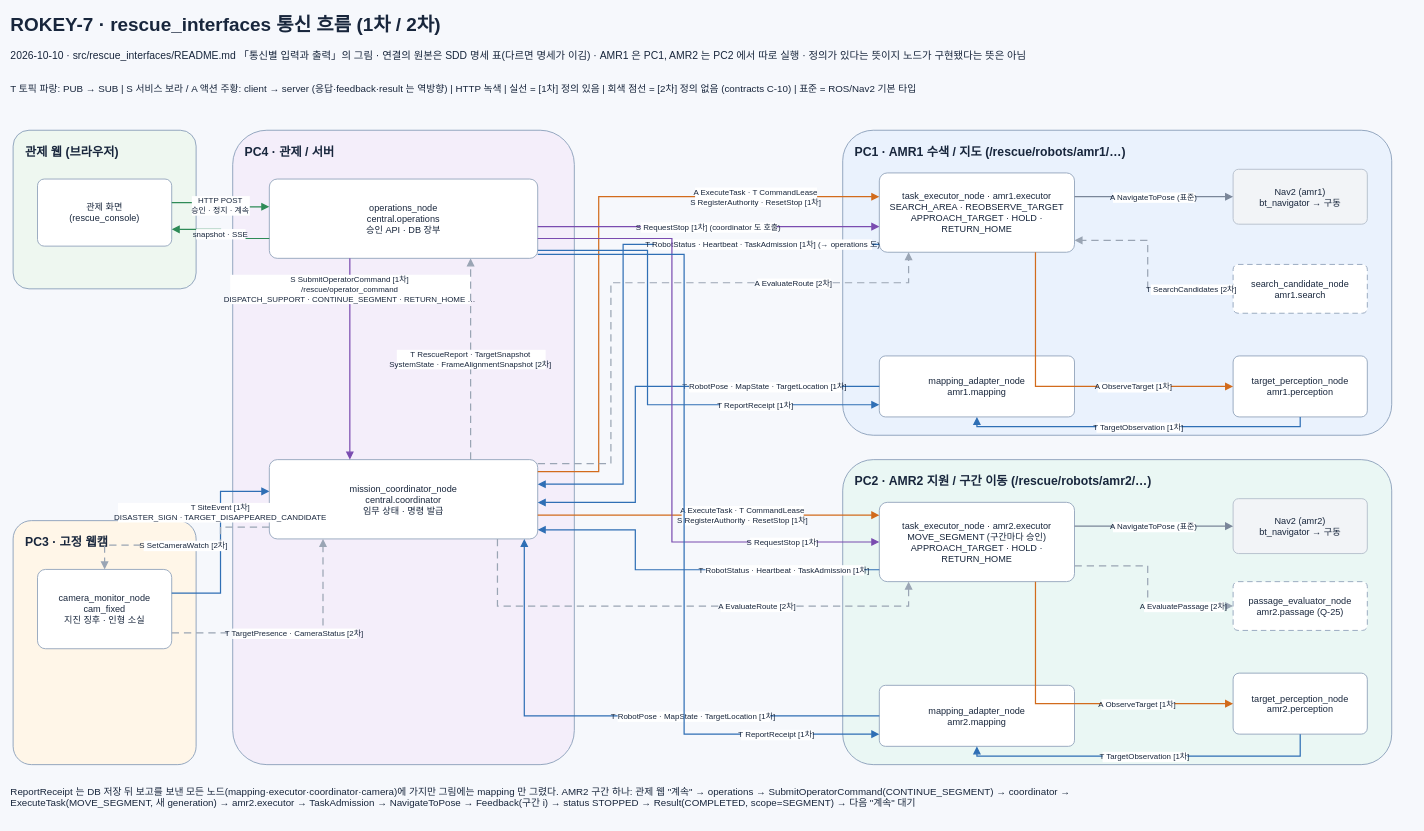
The draw.io diagram page "10 rescue_interfaces 통신 흐름" (10 of 11) of docs/design/rokey7-sdd.drawio in mi1nn/ROKEY-7-public, before the edit. Source tidied: cells renumbered, new cells numbered last; positions are measured from the earlier drawing's top-left corner, leaving out a move shared by most shapes. Both pictures are drawn from the tidied source at 61%, with x=0, y=0 at pixel (10, 10).
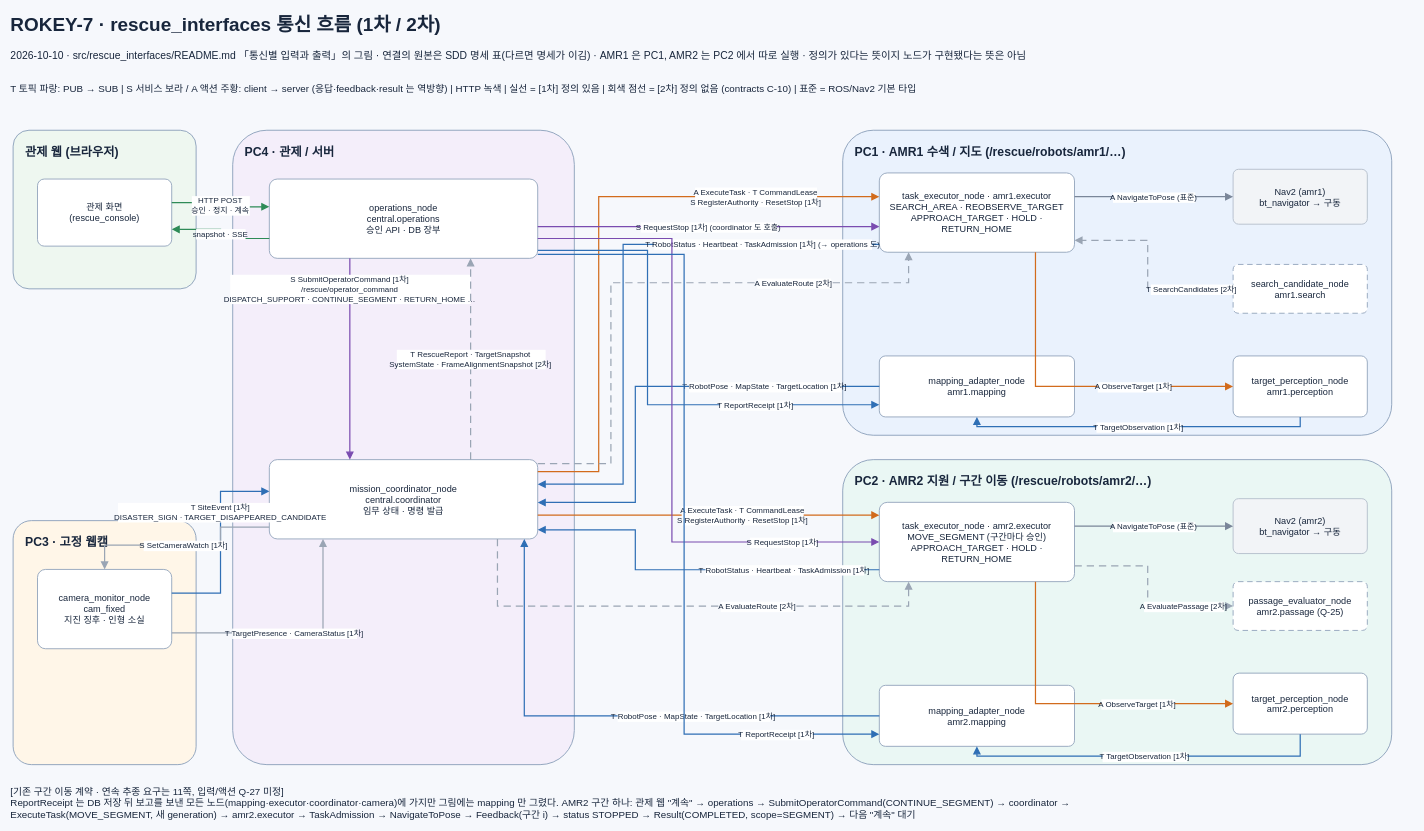
The same page after the edit.

Commit message (it also covers changes not shown here):
docs: align camera watch IDL and AMR2 continuous skeleton following requirements

The change refers to these unchanged cells:
```xml
<mxCell id="12" value="mission_coordinator_node&#10;central.coordinator&#10;임무 상태 · 명령 발급" style="rounded=1;arcSize=10;whiteSpace=wrap;html=0;fillColor=#FFFFFF;strokeColor=#94A6BD;strokeWidth=1.5;fontFamily=Apple SD Gothic Neo;fontSize=15;fontColor=#18263C;fontStyle=0;align=center;verticalAlign=middle;spacing=8;" parent="1" vertex="1">
  <mxGeometry x="424" y="736" width="440" height="130" as="geometry" />
</mxCell>
<mxCell id="13" value="camera_monitor_node&#10;cam_fixed&#10;지진 징후 · 인형 소실" style="rounded=1;arcSize=10;whiteSpace=wrap;html=0;fillColor=#FFFFFF;strokeColor=#94A6BD;strokeWidth=1.5;fontFamily=Apple SD Gothic Neo;fontSize=15;fontColor=#18263C;fontStyle=0;align=center;verticalAlign=middle;spacing=8;" parent="1" vertex="1">
  <mxGeometry x="44" y="916" width="220" height="130" as="geometry" />
</mxCell>
```

Diff of the diagram source:
```diff
@@
-    <mxCell id="49" value="T TargetPresence · CameraStatus [2차]" style="edgeStyle=orthogonalEdgeStyle;rounded=0;html=0;strokeColor=#9AA5B4;strokeWidth=2;dashed=1;dashPattern=6 4;endArrow=block;endFill=1;endSize=8;fontFamily=Apple SD Gothic Neo;fontSize=13;fontColor=#18263C;labelBackgroundColor=#FFFFFF;exitX=1;exitY=0.8;exitDx=0;exitDy=0;entryX=0.2;entryY=1;entryDx=0;entryDy=0;" parent="1" edge="1" source="13" target="12">
+    <mxCell id="49" value="T TargetPresence · CameraStatus [1차]" style="edgeStyle=orthogonalEdgeStyle;rounded=0;html=0;strokeColor=#9AA5B4;strokeWidth=2;dashPattern=6 4;endArrow=block;endFill=1;endSize=8;fontFamily=Apple SD Gothic Neo;fontSize=13;fontColor=#18263C;labelBackgroundColor=#FFFFFF;exitX=1;exitY=0.8;exitDx=0;exitDy=0;entryX=0.2;entryY=1;entryDx=0;entryDy=0;" parent="1" edge="1" source="13" target="12">
       <mxGeometry relative="1" as="geometry">
         <Array as="points">
           <mxPoint x="512" y="1020" />
         </Array>
       </mxGeometry>
     </mxCell>
-    <mxCell id="50" value="S SetCameraWatch [2차]" style="edgeStyle=orthogonalEdgeStyle;rounded=0;html=0;strokeColor=#9AA5B4;strokeWidth=2;dashed=1;dashPattern=6 4;endArrow=block;endFill=1;endSize=8;fontFamily=Apple SD Gothic Neo;fontSize=13;fontColor=#18263C;labelBackgroundColor=#FFFFFF;exitX=0;exitY=0.85;exitDx=0;exitDy=0;entryX=0.5;entryY=0;entryDx=0;entryDy=0;" parent="1" edge="1" source="12" target="13">
+    <mxCell id="50" value="S SetCameraWatch [1차]" style="edgeStyle=orthogonalEdgeStyle;rounded=0;html=0;strokeColor=#9AA5B4;strokeWidth=2;dashPattern=6 4;endArrow=block;endFill=1;endSize=8;fontFamily=Apple SD Gothic Neo;fontSize=13;fontColor=#18263C;labelBackgroundColor=#FFFFFF;exitX=0;exitY=0.85;exitDx=0;exitDy=0;entryX=0.5;entryY=0;entryDx=0;entryDy=0;" parent="1" edge="1" source="12" target="13">
       <mxGeometry relative="1" as="geometry">
         <Array as="points">
           <mxPoint x="344" y="846" />
           <mxPoint x="344" y="876" />
           <mxPoint x="154" y="876" />
         </Array>
       </mxGeometry>
     </mxCell>
-    <mxCell id="51" value="ReportReceipt 는 DB 저장 뒤 보고를 보낸 모든 노드(mapping·executor·coordinator·camera)에 가지만 그림에는 mapping 만 그렸다.  AMR2 구간 하나: 관제 웹 &quot;계속&quot; → operations → SubmitOperatorCommand(CONTINUE_SEGMENT) → coordinator → &#10;ExecuteTask(MOVE_SEGMENT, 새 generation) → amr2.executor → TaskAdmission → NavigateToPose → Feedback(구간 i) → status STOPPED → Result(COMPLETED, scope=SEGMENT) → 다음 &quot;계속&quot; 대기" style="rounded=1;arcSize=10;whiteSpace=wrap;html=0;fillColor=none;strokeColor=none;strokeWidth=1.5;fontFamily=Apple SD Gothic Neo;fontSize=16;fontColor=#18263C;fontStyle=0;align=center;verticalAlign=middle;spacing=8;align=left;verticalAlign=top;spacing=0;" parent="1" vertex="1">
+    <mxCell id="51" value="[기존 구간 이동 계약 · 연속 추종 요구는 11쪽, 입력/액션 Q-27 미정]&#10;ReportReceipt 는 DB 저장 뒤 보고를 보낸 모든 노드(mapping·executor·coordinator·camera)에 가지만 그림에는 mapping 만 그렸다.  AMR2 구간 하나: 관제 웹 &quot;계속&quot; → operations → SubmitOperatorCommand(CONTINUE_SEGMENT) → coordinator → &#10;ExecuteTask(MOVE_SEGMENT, 새 generation) → amr2.executor → TaskAdmission → NavigateToPose → Feedback(구간 i) → status STOPPED → Result(COMPLETED, scope=SEGMENT) → 다음 &quot;계속&quot; 대기" style="rounded=1;arcSize=10;whiteSpace=wrap;html=0;fillColor=none;strokeColor=none;strokeWidth=1.5;fontFamily=Apple SD Gothic Neo;fontSize=16;fontColor=#18263C;fontStyle=0;align=center;verticalAlign=middle;spacing=8;align=left;verticalAlign=top;spacing=0;" parent="1" vertex="1">
       <mxGeometry y="1266" width="2300" height="60" as="geometry" />
     </mxCell>
```
